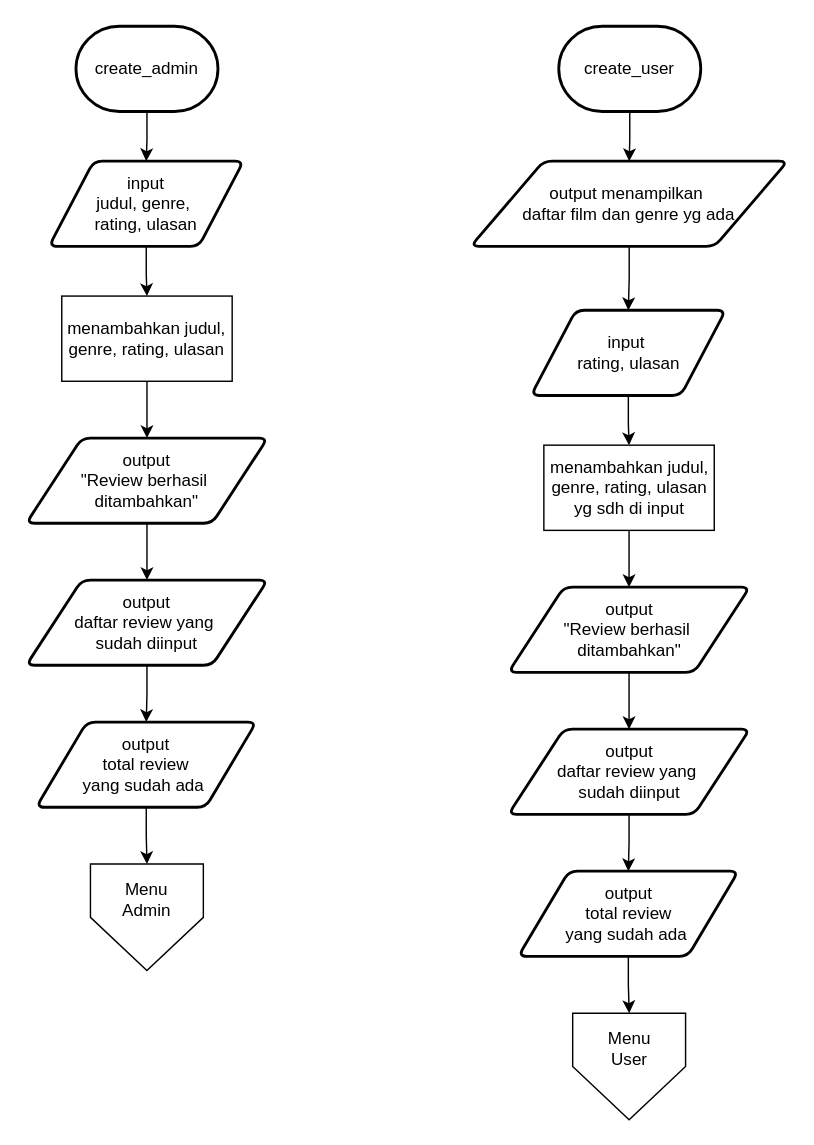
Above: page "create" (5 of 8) of MovieReviewSystem.drawio in Niyah30/Movie-Review-System (draw.io), before the change. Source tidied: cells renumbered, new cells numbered last; positions are measured from the earlier drawing's top-left corner, leaving out a move shared by most shapes. Both pictures are drawn from the tidied source at 142%, with x=0, y=0 at pixel (26, 26).
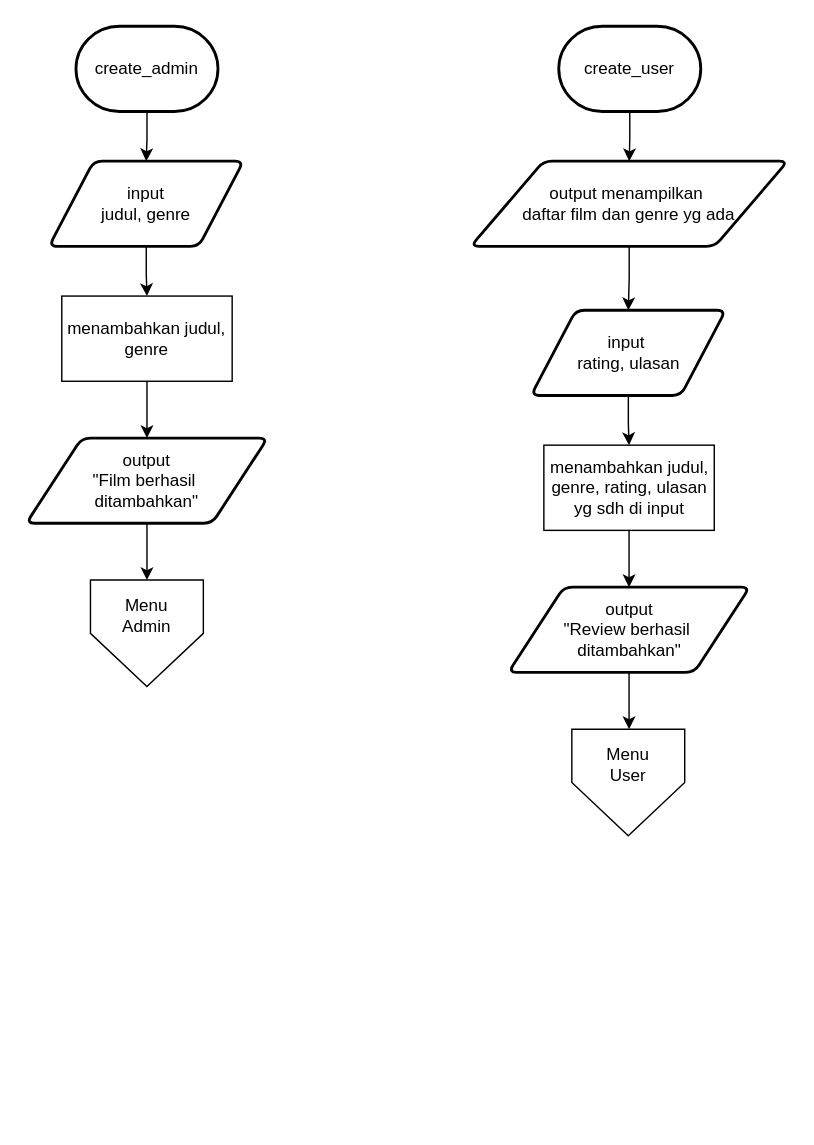
After the change.

Unchanged cells that the change refers to:
```xml
<mxCell id="21" value="&lt;div&gt;output&lt;/div&gt;&quot;Review&amp;nbsp;&lt;span style=&quot;background-color: transparent; color: light-dark(#000000, var(--ge-light-color, #ffffff));&quot;&gt;berhasil&amp;nbsp;&lt;/span&gt;&lt;div&gt;&lt;span style=&quot;background-color: transparent; color: light-dark(#000000, var(--ge-light-color, #ffffff));&quot;&gt;ditambahkan&quot;&lt;/span&gt;&lt;/div&gt;" style="shape=parallelogram;html=1;strokeWidth=2;perimeter=parallelogramPerimeter;whiteSpace=wrap;rounded=1;arcSize=12;size=0.23;" parent="1" vertex="1">
  <mxGeometry x="339.5" y="395" width="170" height="60" as="geometry" />
</mxCell>
```

Diff of the diagram source:
```diff
@@
-    <mxCell id="3" value="&lt;div&gt;input&lt;/div&gt;judul, genre,&amp;nbsp;&lt;div&gt;rating, ulasan&lt;/div&gt;" style="shape=parallelogram;html=1;strokeWidth=2;perimeter=parallelogramPerimeter;whiteSpace=wrap;rounded=1;arcSize=12;size=0.23;" parent="1" vertex="1">
+    <mxCell id="3" value="&lt;div&gt;input&lt;/div&gt;judul, genre" style="shape=parallelogram;html=1;strokeWidth=2;perimeter=parallelogramPerimeter;whiteSpace=wrap;rounded=1;arcSize=12;size=0.23;" parent="1" vertex="1">
       <mxGeometry x="16" y="95" width="137" height="60" as="geometry" />
     </mxCell>
@@
-    <mxCell id="5" value="menambahkan judul, genre, rating, ulasan" style="rounded=0;whiteSpace=wrap;html=1;" parent="1" vertex="1">
+    <mxCell id="5" value="menambahkan judul, genre" style="rounded=0;whiteSpace=wrap;html=1;" parent="1" vertex="1">
       <mxGeometry x="25" y="190" width="120" height="60" as="geometry" />
     </mxCell>
-    <mxCell id="6" style="edgeStyle=orthogonalEdgeStyle;rounded=0;jettySize=auto;html=1;exitX=0.5;exitY=1;exitDx=0;exitDy=0;defaultLabelBackgroundColor=page;" parent="1" edge="1" source="7" target="9">
-      <mxGeometry relative="1" as="geometry" />
+    <mxCell id="6" style="edgeStyle=orthogonalEdgeStyle;rounded=0;jettySize=auto;html=1;exitX=0.5;exitY=1;exitDx=0;exitDy=0;defaultLabelBackgroundColor=page;" parent="1" edge="1" source="7">
+      <mxGeometry relative="1" as="geometry">
+        <mxPoint x="85" y="390" as="targetPoint" />
+      </mxGeometry>
     </mxCell>
-    <mxCell id="7" value="&lt;div&gt;output&lt;/div&gt;&quot;Review&amp;nbsp;&lt;span style=&quot;background-color: transparent; color: light-dark(#000000, var(--ge-light-color, #ffffff));&quot;&gt;berhasil&amp;nbsp;&lt;/span&gt;&lt;div&gt;&lt;span style=&quot;background-color: transparent; color: light-dark(#000000, var(--ge-light-color, #ffffff));&quot;&gt;ditambahkan&quot;&lt;/span&gt;&lt;/div&gt;" style="shape=parallelogram;html=1;strokeWidth=2;perimeter=parallelogramPerimeter;whiteSpace=wrap;rounded=1;arcSize=12;size=0.23;" parent="1" vertex="1">
+    <mxCell id="7" value="&lt;div&gt;output&lt;/div&gt;&quot;Film&amp;nbsp;&lt;span style=&quot;background-color: transparent; color: light-dark(#000000, var(--ge-light-color, #ffffff));&quot;&gt;berhasil&amp;nbsp;&lt;/span&gt;&lt;div&gt;&lt;span style=&quot;background-color: transparent; color: light-dark(#000000, var(--ge-light-color, #ffffff));&quot;&gt;ditambahkan&quot;&lt;/span&gt;&lt;/div&gt;" style="shape=parallelogram;html=1;strokeWidth=2;perimeter=parallelogramPerimeter;whiteSpace=wrap;rounded=1;arcSize=12;size=0.23;" parent="1" vertex="1">
       <mxGeometry y="290" width="170" height="60" as="geometry" />
     </mxCell>
-    <mxCell id="8" style="edgeStyle=orthogonalEdgeStyle;rounded=0;jettySize=auto;html=1;exitX=0.5;exitY=1;exitDx=0;exitDy=0;defaultLabelBackgroundColor=page;" parent="1" edge="1" source="9" target="11">
-      <mxGeometry relative="1" as="geometry" />
-    </mxCell>
-    <mxCell id="9" value="&lt;div&gt;output&lt;/div&gt;daftar review yang&amp;nbsp;&lt;div&gt;sudah diinput&lt;/div&gt;" style="shape=parallelogram;html=1;strokeWidth=2;perimeter=parallelogramPerimeter;whiteSpace=wrap;rounded=1;arcSize=12;size=0.23;" parent="1" vertex="1">
-      <mxGeometry y="390" width="170" height="60" as="geometry" />
-    </mxCell>
-    <mxCell id="10" style="edgeStyle=orthogonalEdgeStyle;rounded=0;jettySize=auto;html=1;defaultLabelBackgroundColor=page;" parent="1" edge="1" source="11" target="14">
-      <mxGeometry relative="1" as="geometry" />
-    </mxCell>
-    <mxCell id="11" value="&lt;div&gt;output&lt;/div&gt;total review&lt;div&gt;yang sudah ada&amp;nbsp;&lt;/div&gt;" style="shape=parallelogram;html=1;strokeWidth=2;perimeter=parallelogramPerimeter;whiteSpace=wrap;rounded=1;arcSize=12;size=0.23;" parent="1" vertex="1">
-      <mxGeometry x="7" y="490" width="155" height="60" as="geometry" />
-    </mxCell>
@@
     <mxCell id="14" style="verticalLabelPosition=bottom;verticalAlign=top;html=1;shape=offPageConnector;rounded=0;size=0.5;labelPerimeter=1;" parent="1" vertex="1">
-      <mxGeometry x="45.2" y="590" width="79.5" height="75" as="geometry" />
+      <mxGeometry x="45.2" y="390" width="79.5" height="75" as="geometry" />
     </mxCell>
     <mxCell id="15" value="Menu&lt;div&gt;Admin&lt;/div&gt;" style="text;html=1;whiteSpace=wrap;strokeColor=none;fillColor=none;align=center;verticalAlign=middle;rounded=0;" parent="1" vertex="1">
-      <mxGeometry x="55" y="600" width="60" height="30" as="geometry" />
+      <mxGeometry x="55" y="400" width="60" height="30" as="geometry" />
     </mxCell>
@@
-    <mxCell id="20" style="edgeStyle=orthogonalEdgeStyle;rounded=0;jettySize=auto;html=1;exitX=0.5;exitY=1;exitDx=0;exitDy=0;defaultLabelBackgroundColor=page;" parent="1" edge="1" source="21" target="23">
-      <mxGeometry relative="1" as="geometry" />
+    <mxCell id="20" style="edgeStyle=orthogonalEdgeStyle;rounded=0;jettySize=auto;html=1;exitX=0.5;exitY=1;exitDx=0;exitDy=0;defaultLabelBackgroundColor=page;" parent="1" edge="1" source="21">
+      <mxGeometry relative="1" as="geometry">
+        <mxPoint x="424.5" y="495" as="targetPoint" />
+      </mxGeometry>
     </mxCell>
@@
-    <mxCell id="22" style="edgeStyle=orthogonalEdgeStyle;rounded=0;jettySize=auto;html=1;exitX=0.5;exitY=1;exitDx=0;exitDy=0;defaultLabelBackgroundColor=page;" parent="1" edge="1" source="23" target="25">
-      <mxGeometry relative="1" as="geometry" />
-    </mxCell>
-    <mxCell id="23" value="&lt;div&gt;output&lt;/div&gt;daftar review yang&amp;nbsp;&lt;div&gt;sudah diinput&lt;/div&gt;" style="shape=parallelogram;html=1;strokeWidth=2;perimeter=parallelogramPerimeter;whiteSpace=wrap;rounded=1;arcSize=12;size=0.23;" parent="1" vertex="1">
-      <mxGeometry x="339.5" y="495" width="170" height="60" as="geometry" />
-    </mxCell>
-    <mxCell id="24" style="edgeStyle=orthogonalEdgeStyle;rounded=0;jettySize=auto;html=1;defaultLabelBackgroundColor=page;" parent="1" edge="1" source="25" target="28">
-      <mxGeometry relative="1" as="geometry" />
-    </mxCell>
-    <mxCell id="25" value="&lt;div&gt;output&lt;/div&gt;total review&lt;div&gt;yang sudah ada&amp;nbsp;&lt;/div&gt;" style="shape=parallelogram;html=1;strokeWidth=2;perimeter=parallelogramPerimeter;whiteSpace=wrap;rounded=1;arcSize=12;size=0.23;" parent="1" vertex="1">
-      <mxGeometry x="346.5" y="595" width="155" height="60" as="geometry" />
-    </mxCell>
@@
     <mxCell id="28" style="verticalLabelPosition=bottom;verticalAlign=top;html=1;shape=offPageConnector;rounded=0;size=0.5;labelPerimeter=1;" parent="1" vertex="1">
-      <mxGeometry x="384.8" y="695" width="79.5" height="75" as="geometry" />
+      <mxGeometry x="384.2" y="495" width="79.5" height="75" as="geometry" />
     </mxCell>
     <mxCell id="29" value="Menu&lt;div&gt;User&lt;/div&gt;" style="text;html=1;whiteSpace=wrap;strokeColor=none;fillColor=none;align=center;verticalAlign=middle;rounded=0;" parent="1" vertex="1">
-      <mxGeometry x="394.5" y="705" width="60" height="30" as="geometry" />
+      <mxGeometry x="394" y="505" width="60" height="30" as="geometry" />
     </mxCell>
```
